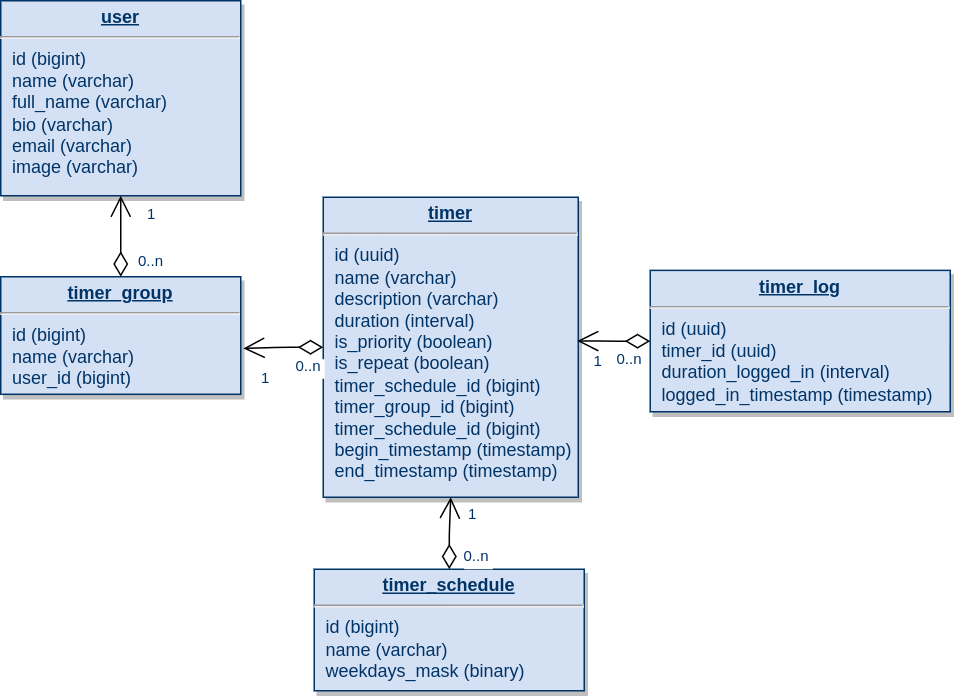
The draw.io diagram Org Files/Release 0.2.0 Database Schema.png in al-kuznetsov/tick-a-boo-org-files, before a commit. Source tidied: cells renumbered, new cells last; positions are measured from the earlier drawing's top-left corner, leaving out a move shared by most shapes.
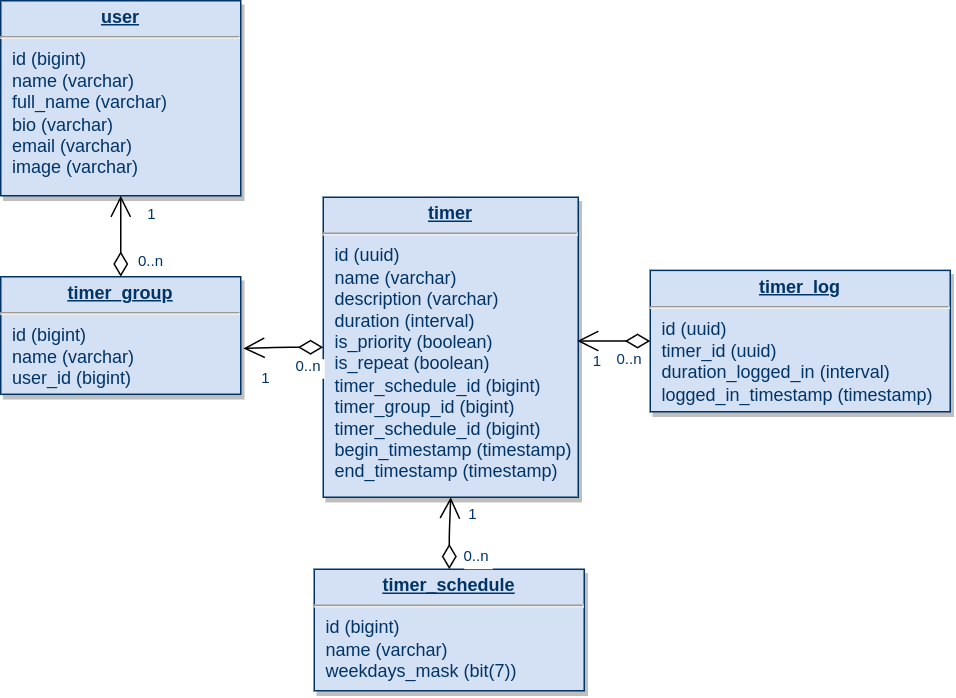
Later version of the same file.

Commit message:
Fix Release 0.2.0 Database Schema:

Diff of the diagram source:
```diff
@@ -11,7 +11,7 @@
     <mxCell id="4" value="&lt;p style=&quot;margin: 0px; margin-top: 4px; text-align: center; text-decoration: underline;&quot;&gt;&lt;b&gt;timer_group&lt;/b&gt;&lt;/p&gt;&lt;hr&gt;&lt;p style=&quot;margin: 0px; margin-left: 8px;&quot;&gt;id (bigint)&lt;/p&gt;&lt;p style=&quot;margin: 0px; margin-left: 8px;&quot;&gt;name (varchar)&lt;/p&gt;&lt;p style=&quot;margin: 0px; margin-left: 8px;&quot;&gt;user_id (bigint)&lt;/p&gt;" style="verticalAlign=top;align=left;overflow=fill;fontSize=12;fontFamily=Helvetica;html=1;strokeColor=#003366;shadow=1;fillColor=#D4E1F5;fontColor=#003366;" parent="1" vertex="1">
       <mxGeometry y="184" width="160" height="78.4" as="geometry" />
     </mxCell>
-    <mxCell id="5" value="&lt;p style=&quot;margin: 0px; margin-top: 4px; text-align: center; text-decoration: underline;&quot;&gt;&lt;strong&gt;timer_schedule&lt;/strong&gt;&lt;/p&gt;&lt;hr&gt;&lt;p style=&quot;margin: 0px; margin-left: 8px;&quot;&gt;id (bigint)&lt;/p&gt;&lt;p style=&quot;margin: 0px; margin-left: 8px;&quot;&gt;name (varchar)&lt;/p&gt;&lt;p style=&quot;margin: 0px; margin-left: 8px;&quot;&gt;weekdays_mask (binary)&lt;/p&gt;" style="verticalAlign=top;align=left;overflow=fill;fontSize=12;fontFamily=Helvetica;html=1;strokeColor=#003366;shadow=1;fillColor=#D4E1F5;fontColor=#003366;" parent="1" vertex="1">
+    <mxCell id="5" value="&lt;p style=&quot;margin: 0px; margin-top: 4px; text-align: center; text-decoration: underline;&quot;&gt;&lt;strong&gt;timer_schedule&lt;/strong&gt;&lt;/p&gt;&lt;hr&gt;&lt;p style=&quot;margin: 0px; margin-left: 8px;&quot;&gt;id (bigint)&lt;/p&gt;&lt;p style=&quot;margin: 0px; margin-left: 8px;&quot;&gt;name (varchar)&lt;/p&gt;&lt;p style=&quot;margin: 0px; margin-left: 8px;&quot;&gt;weekdays_mask (bit(7))&lt;/p&gt;" style="verticalAlign=top;align=left;overflow=fill;fontSize=12;fontFamily=Helvetica;html=1;strokeColor=#003366;shadow=1;fillColor=#D4E1F5;fontColor=#003366;" parent="1" vertex="1">
       <mxGeometry x="209" y="379" width="180" height="81" as="geometry" />
     </mxCell>
     <mxCell id="6" value="&lt;p style=&quot;margin: 0px; margin-top: 4px; text-align: center; text-decoration: underline;&quot;&gt;&lt;strong&gt;timer_log&lt;/strong&gt;&lt;/p&gt;&lt;hr&gt;&lt;p style=&quot;margin: 0px; margin-left: 8px;&quot;&gt;id (uuid)&lt;/p&gt;&lt;p style=&quot;margin: 0px; margin-left: 8px;&quot;&gt;timer_id (uuid)&lt;/p&gt;&lt;p style=&quot;margin: 0px; margin-left: 8px;&quot;&gt;duration_logged_in (interval)&lt;/p&gt;&lt;p style=&quot;margin: 0px; margin-left: 8px;&quot;&gt;logged_in_timestamp (timestamp)&lt;/p&gt;" style="verticalAlign=top;align=left;overflow=fill;fontSize=12;fontFamily=Helvetica;html=1;strokeColor=#003366;shadow=1;fillColor=#D4E1F5;fontColor=#003366;" parent="1" vertex="1">
```
